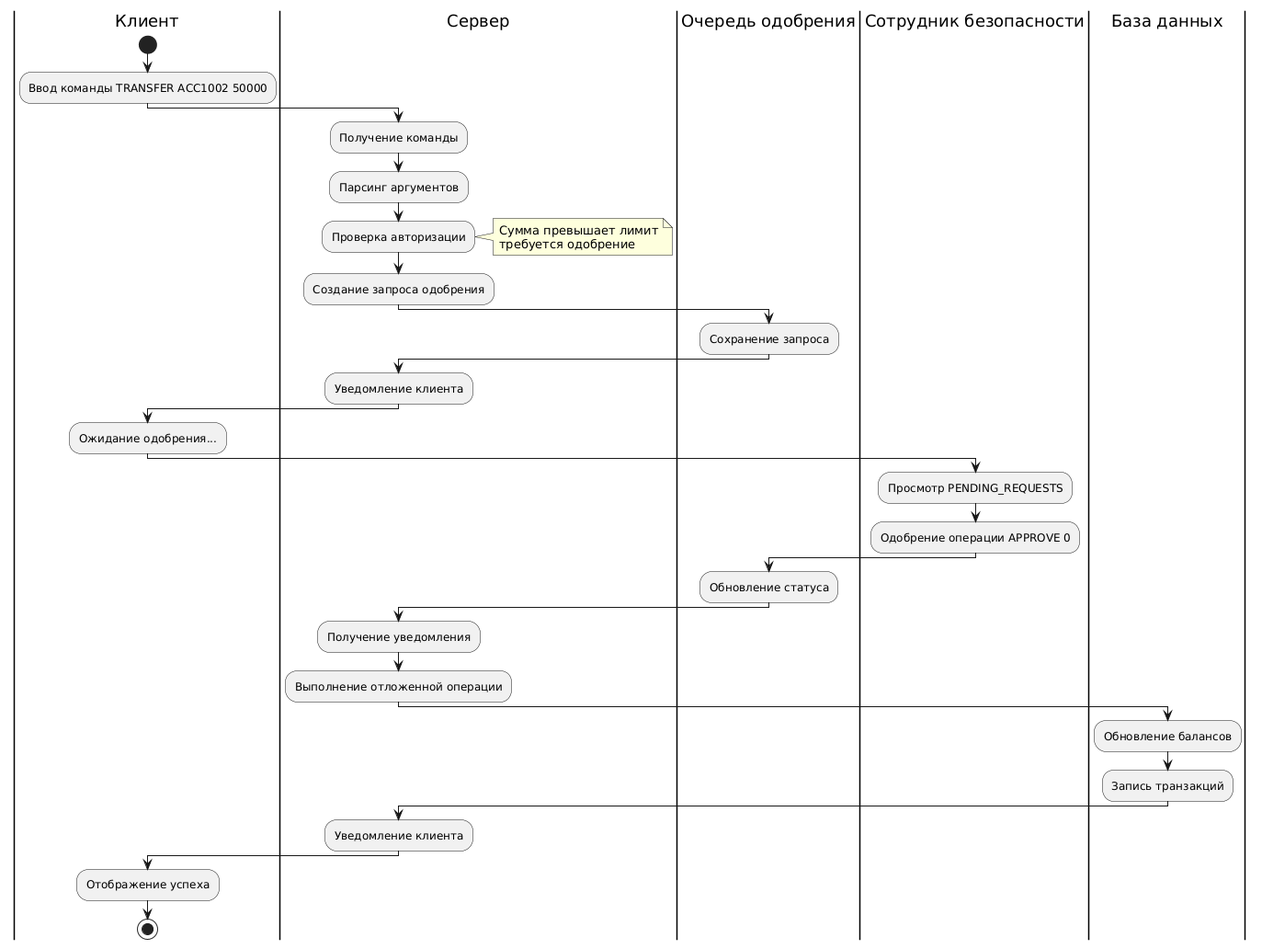
The PlantUML diagram docs/pic/approval-operation.png in RuzhiyKot/Client-server-app-of-a-banking-system, before a commit.
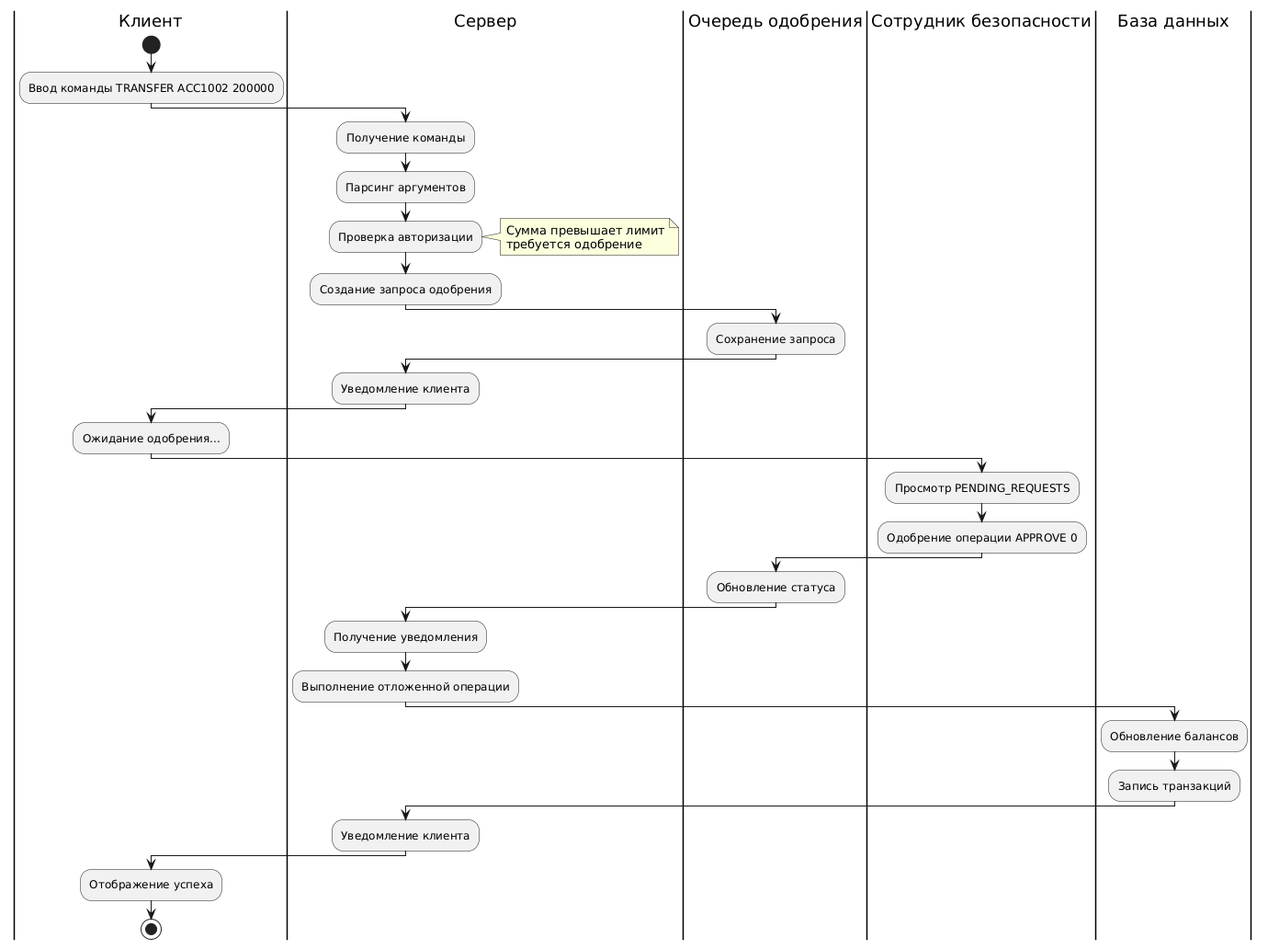
Later version of the same file.

What changed in the source:
```diff
@@ -1,7 +1,7 @@
 @startuml
 |Клиент|
 start
-:Ввод команды TRANSFER ACC1002 50000;
+:Ввод команды TRANSFER ACC1002 200000;
 |Сервер|
 :Получение команды;
 :Парсинг аргументов;
```
